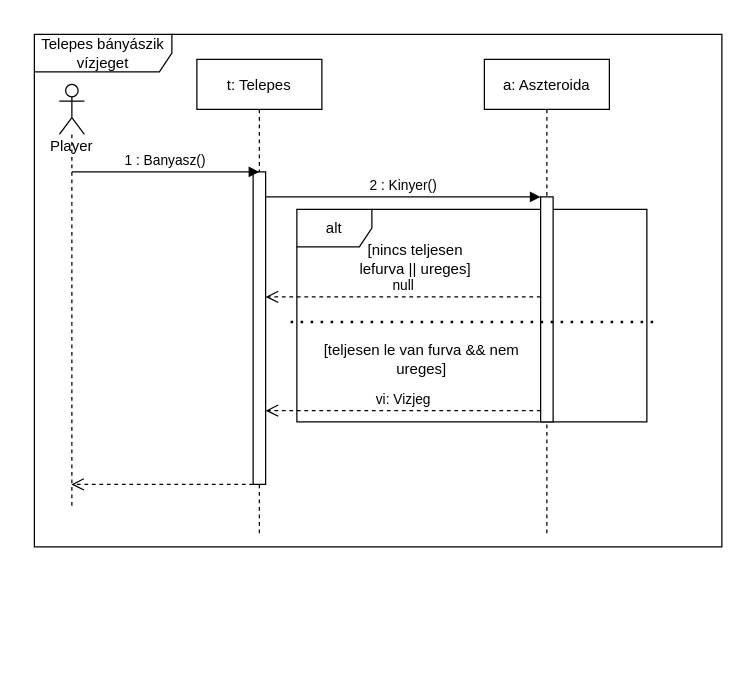
torpeBoiGo/aszteroidabanyaszat keeps this draw.io diagram as page "vizjeg" (3 of 5) of doc/szekvencia/szek_TelepesBanyasz.drawio. Above is the earlier version. Source tidied: cells renumbered, new cells numbered last; positions are measured from the earlier drawing's top-left corner, leaving out a move shared by most shapes. Both pictures are drawn from the tidied source at 125%, with x=0, y=0 at pixel (34, 34).
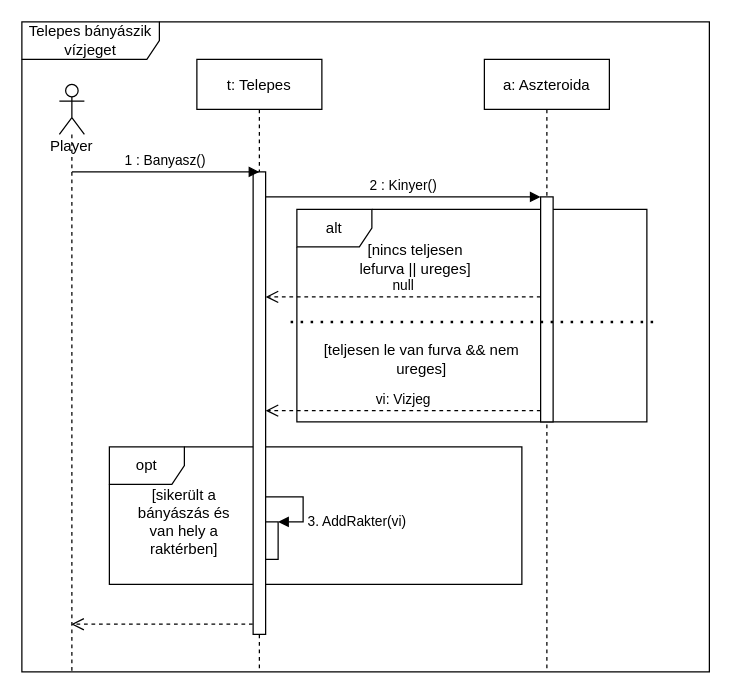
Above is the later version.

What changed in the source:
```diff
@@
+    <mxCell id="17" value="opt" style="shape=umlFrame;whiteSpace=wrap;html=1;" parent="1" vertex="1">
+      <mxGeometry x="60" y="330" width="330" height="110" as="geometry" />
+    </mxCell>
     <mxCell id="2" value="Telepes bányászik vízjeget" style="shape=umlFrame;whiteSpace=wrap;html=1;width=110;height=30;" parent="1" vertex="1">
-      <mxGeometry width="550" height="410" as="geometry" />
+      <mxGeometry x="-10" y="-10" width="550" height="520" as="geometry" />
     </mxCell>
@@
     <mxCell id="4" value="t: Telepes" style="shape=umlLifeline;perimeter=lifelinePerimeter;rounded=0;shadow=0;strokeWidth=1;" parent="1" vertex="1">
-      <mxGeometry x="130" y="20" width="100" height="380" as="geometry" />
+      <mxGeometry x="130" y="20" width="100" height="490" as="geometry" />
     </mxCell>
     <mxCell id="5" style="html=1;points=[];perimeter=orthogonalPerimeter;" parent="4" vertex="1">
-      <mxGeometry x="45" y="90" width="10" height="250" as="geometry" />
+      <mxGeometry x="45" y="90" width="10" height="370" as="geometry" />
     </mxCell>
@@
     <mxCell id="7" value="a: Aszteroida" style="shape=umlLifeline;perimeter=lifelinePerimeter;rounded=0;shadow=0;strokeWidth=1;" parent="1" vertex="1">
-      <mxGeometry x="360" y="20" width="100" height="380" as="geometry" />
+      <mxGeometry x="360" y="20" width="100" height="490" as="geometry" />
     </mxCell>
@@
-    <mxCell id="11" style="html=1;verticalAlign=bottom;endArrow=open;dashed=1;endSize=8;" parent="1" edge="1" target="15">
-      <mxGeometry relative="1" as="geometry">
-        <mxPoint x="175" y="360" as="sourcePoint" />
-      </mxGeometry>
+    <mxCell id="11" style="html=1;verticalAlign=bottom;endArrow=open;dashed=1;endSize=8;exitX=-0.033;exitY=0.978;exitDx=0;exitDy=0;exitPerimeter=0;" parent="1" edge="1" source="5" target="15">
+      <mxGeometry relative="1" as="geometry" />
     </mxCell>
@@
     <mxCell id="15" value="Player" style="shape=umlLifeline;participant=umlActor;perimeter=lifelinePerimeter;whiteSpace=wrap;html=1;verticalAlign=top;spacingTop=36;outlineConnect=0;" parent="1" vertex="1">
-      <mxGeometry x="20" y="40" width="20" height="340" as="geometry" />
+      <mxGeometry x="20" y="40" width="20" height="470" as="geometry" />
     </mxCell>
@@
+    <mxCell id="18" style="html=1;points=[];perimeter=orthogonalPerimeter;" parent="1" vertex="1">
+      <mxGeometry x="185" y="390" width="10" height="30" as="geometry" />
+    </mxCell>
+    <mxCell id="19" value="3. AddRakter(vi)" style="edgeStyle=orthogonalEdgeStyle;html=1;align=left;spacingLeft=2;endArrow=block;rounded=0;entryX=1;entryY=0;" parent="1" edge="1" target="18">
+      <mxGeometry x="0.43" relative="1" as="geometry">
+        <mxPoint x="185" y="370" as="sourcePoint" />
+        <Array as="points">
+          <mxPoint x="215" y="370" />
+        </Array>
+      </mxGeometry>
+    </mxCell>
+    <mxCell id="20" value="[sikerült a bányászás és van hely a raktérben]" style="text;html=1;strokeColor=none;fillColor=none;align=center;verticalAlign=middle;whiteSpace=wrap;rounded=0;" parent="1" vertex="1">
+      <mxGeometry x="80" y="380" width="80" height="20" as="geometry" />
+    </mxCell>
```
